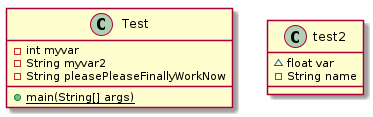
Above: docs/uml/test2.png in andrewdimmer/csi-3370-software-project-config-test (PlantUML), before the change.
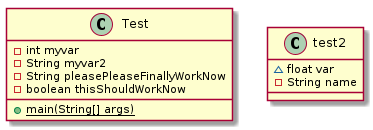
Later version of the same file.

Change to the diagram source:
```diff
@@ -5,6 +5,7 @@
     - int myvar
     - String myvar2
     - String pleasePleaseFinallyWorkNow
+    - boolean thisShouldWorkNow
     {static} + main(String[] args)
 }
 
```
